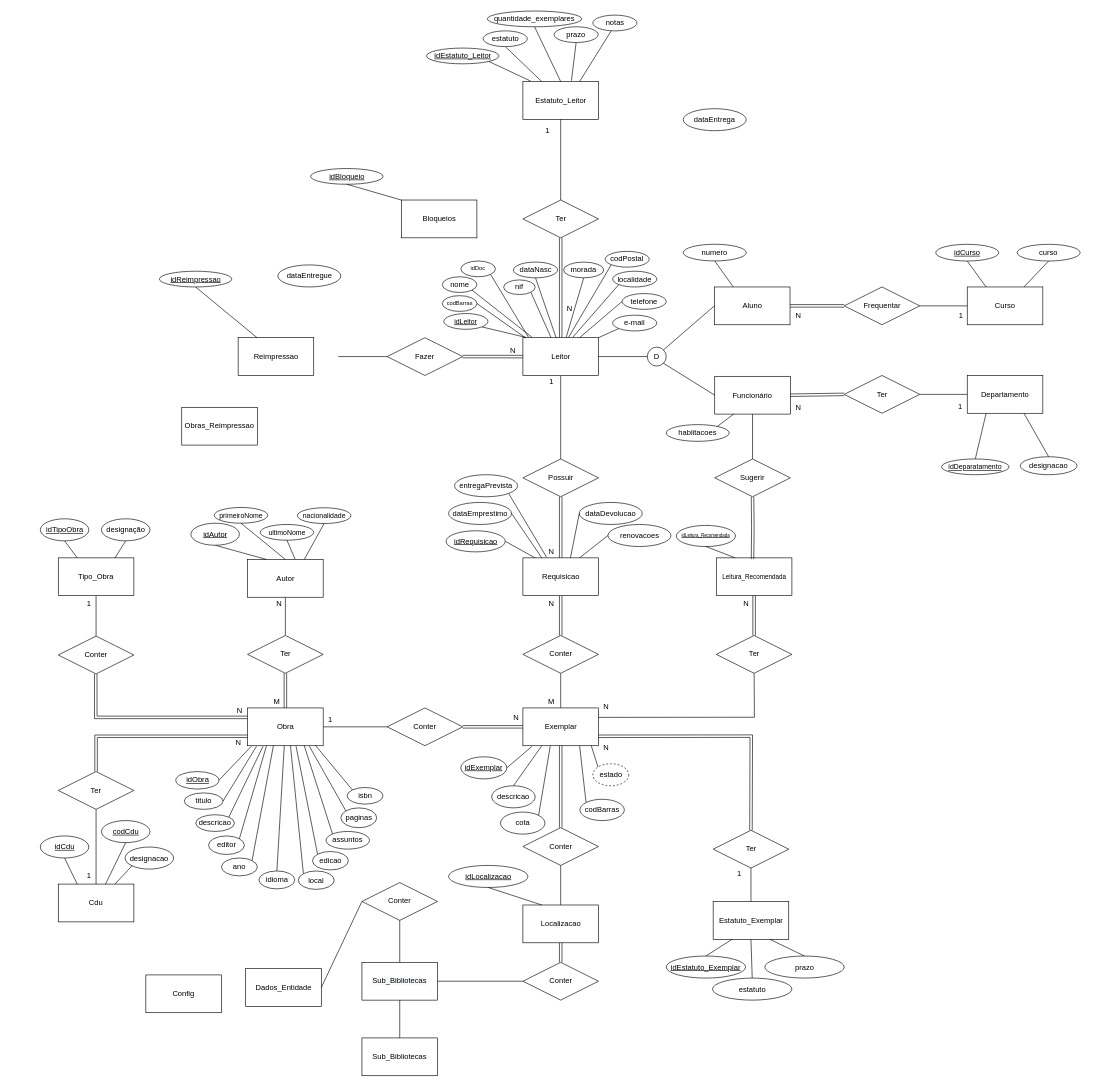
2180622/IPL_PSI_ProjetoFinal_SARAMAGO keeps this draw.io diagram as Documentação/DER_Saramago.drawio. Above is the earlier version. Source tidied: cells renumbered, new cells numbered last; positions are measured from the earlier drawing's top-left corner, leaving out a move shared by most shapes. Both pictures are drawn from the tidied source at 63%, with x=0, y=0 at pixel (40, 11).
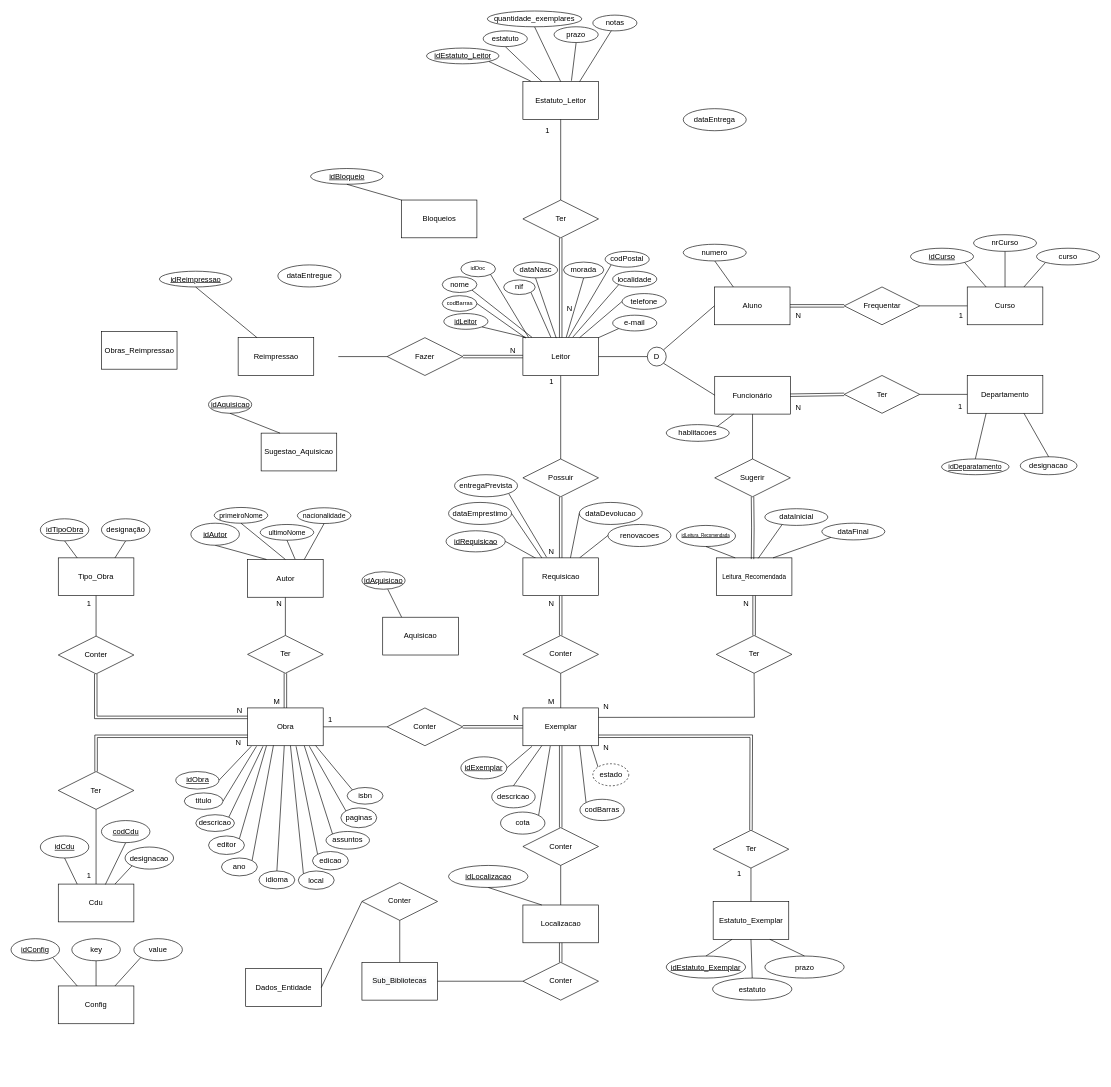
Above is the later version.

Unchanged cells that the change refers to:
```xml
<mxCell id="154" value="Leitura_Recomendada" style="rounded=0;whiteSpace=wrap;html=1;fontSize=10;" parent="1" vertex="1">
  <mxGeometry x="1072.5" y="868" width="120" height="60" as="geometry" />
</mxCell>
<mxCell id="171" value="&lt;span style=&quot;color: rgb(0, 0, 0); font-family: helvetica; font-size: 12px; font-style: normal; font-weight: normal; letter-spacing: normal; text-align: center; text-indent: 0px; text-transform: none; word-spacing: 0px; background-color: rgb(248, 249, 250); text-decoration: none; display: inline; float: none;&quot;&gt;Sub_Bibliotecas&lt;/span&gt;" style="rounded=0;whiteSpace=wrap;html=1;" parent="1" vertex="1">
  <mxGeometry x="510" y="1510" width="120" height="60" as="geometry" />
</mxCell>
<mxCell id="203" value="Curso" style="rounded=0;whiteSpace=wrap;html=1;" parent="1" vertex="1">
  <mxGeometry x="1470.8" y="438" width="120" height="60" as="geometry" />
</mxCell>
```

What changed in the source:
```diff
@@
     <mxCell id="166" value="Obras_Reimpressao" style="rounded=0;whiteSpace=wrap;html=1;" parent="1" vertex="1">
-      <mxGeometry x="224" y="629" width="120" height="60" as="geometry" />
+      <mxGeometry x="96.5" y="508.5" width="120" height="60" as="geometry" />
     </mxCell>
@@
-    <mxCell id="168" value="Sub_Bibliotecas" style="rounded=0;whiteSpace=wrap;html=1;" parent="1" vertex="1">
-      <mxGeometry x="510" y="1630" width="120" height="60" as="geometry" />
-    </mxCell>
     <mxCell id="169" value="Config" style="rounded=0;whiteSpace=wrap;html=1;" parent="1" vertex="1">
-      <mxGeometry x="167" y="1530" width="120" height="60" as="geometry" />
+      <mxGeometry x="28" y="1547.5" width="120" height="60" as="geometry" />
     </mxCell>
@@
-    <mxCell id="174" style="rounded=0;jettySize=auto;html=1;endArrow=none;endFill=0;entryX=0.5;entryY=0;entryDx=0;entryDy=0;exitX=0.5;exitY=1;exitDx=0;exitDy=0;" parent="1" edge="1" source="171" target="168">
-      <mxGeometry relative="1" as="geometry" />
-    </mxCell>
@@
     <mxCell id="205" value="idCurso" style="ellipse;whiteSpace=wrap;html=1;fontStyle=4;" parent="1" vertex="1">
-      <mxGeometry x="1420.8" y="370.3" width="100" height="26.5" as="geometry" />
+      <mxGeometry x="1380.8" y="376.5" width="100" height="26.5" as="geometry" />
     </mxCell>
@@
-    <mxCell id="208" style="rounded=0;jettySize=auto;html=1;endArrow=none;endFill=0;exitX=0.25;exitY=0;exitDx=0;exitDy=0;entryX=0.5;entryY=1;entryDx=0;entryDy=0;" parent="1" edge="1" source="203" target="205">
+    <mxCell id="208" style="rounded=0;jettySize=auto;html=1;endArrow=none;endFill=0;exitX=0.25;exitY=0;exitDx=0;exitDy=0;entryX=1;entryY=1;entryDx=0;entryDy=0;" parent="1" edge="1" source="203" target="205">
       <mxGeometry relative="1" as="geometry" />
     </mxCell>
-    <mxCell id="209" style="rounded=0;jettySize=auto;html=1;endArrow=none;endFill=0;exitX=0.75;exitY=0;exitDx=0;exitDy=0;entryX=0.5;entryY=1;entryDx=0;entryDy=0;" parent="1" edge="1" source="203" target="210">
+    <mxCell id="209" style="rounded=0;jettySize=auto;html=1;endArrow=none;endFill=0;exitX=0.75;exitY=0;exitDx=0;exitDy=0;entryX=0;entryY=1;entryDx=0;entryDy=0;" parent="1" edge="1" source="203" target="210">
       <mxGeometry relative="1" as="geometry" />
     </mxCell>
     <mxCell id="210" value="curso" style="ellipse;whiteSpace=wrap;html=1;" parent="1" vertex="1">
-      <mxGeometry x="1550" y="370.3" width="100" height="26.5" as="geometry" />
+      <mxGeometry x="1580.8" y="376.5" width="100" height="26.5" as="geometry" />
     </mxCell>
@@
+    <mxCell id="221" style="rounded=0;jettySize=auto;html=1;exitX=1;exitY=1;exitDx=0;exitDy=0;entryX=0.25;entryY=0;entryDx=0;entryDy=0;endArrow=none;endFill=0;fontSize=9;" parent="1" edge="1" source="222" target="169">
+      <mxGeometry relative="1" as="geometry" />
+    </mxCell>
+    <mxCell id="222" value="idConfig" style="ellipse;whiteSpace=wrap;html=1;fontStyle=4;" parent="1" vertex="1">
+      <mxGeometry x="-47" y="1472.5" width="77" height="35" as="geometry" />
+    </mxCell>
+    <mxCell id="223" style="edgeStyle=none;rounded=0;jettySize=auto;html=1;entryX=0.5;entryY=0;entryDx=0;entryDy=0;endArrow=none;endFill=0;fontSize=9;" parent="1" edge="1" source="224" target="169">
+      <mxGeometry relative="1" as="geometry" />
+    </mxCell>
+    <mxCell id="224" value="key" style="ellipse;whiteSpace=wrap;html=1;fontStyle=0;" parent="1" vertex="1">
+      <mxGeometry x="49.5" y="1472.5" width="77" height="35" as="geometry" />
+    </mxCell>
+    <mxCell id="225" style="edgeStyle=none;rounded=0;jettySize=auto;html=1;entryX=0.75;entryY=0;entryDx=0;entryDy=0;endArrow=none;endFill=0;fontSize=9;exitX=0;exitY=1;exitDx=0;exitDy=0;" parent="1" edge="1" source="226" target="169">
+      <mxGeometry relative="1" as="geometry" />
+    </mxCell>
+    <mxCell id="226" value="value" style="ellipse;whiteSpace=wrap;html=1;fontStyle=0;" parent="1" vertex="1">
+      <mxGeometry x="148" y="1472.5" width="77" height="35" as="geometry" />
+    </mxCell>
+    <mxCell id="227" value="Aquisicao" style="rounded=0;whiteSpace=wrap;html=1;" parent="1" vertex="1">
+      <mxGeometry x="543" y="962.2" width="120" height="60" as="geometry" />
+    </mxCell>
+    <mxCell id="228" style="edgeStyle=none;rounded=0;jettySize=auto;html=1;entryX=0.25;entryY=0;entryDx=0;entryDy=0;endArrow=none;endFill=0;fontSize=9;" parent="1" edge="1" source="229" target="227">
+      <mxGeometry relative="1" as="geometry" />
+    </mxCell>
+    <mxCell id="229" value="idAquisicao" style="ellipse;whiteSpace=wrap;html=1;fontStyle=4;" parent="1" vertex="1">
+      <mxGeometry x="510" y="890" width="68.5" height="27.8" as="geometry" />
+    </mxCell>
+    <mxCell id="230" style="edgeStyle=none;rounded=0;jettySize=auto;html=1;entryX=0.5;entryY=0;entryDx=0;entryDy=0;endArrow=none;endFill=0;fontSize=9;" parent="1" edge="1" source="231" target="203">
+      <mxGeometry relative="1" as="geometry" />
+    </mxCell>
+    <mxCell id="231" value="nrCurso" style="ellipse;whiteSpace=wrap;html=1;" parent="1" vertex="1">
+      <mxGeometry x="1480.8" y="355" width="100" height="26.5" as="geometry" />
+    </mxCell>
+    <mxCell id="232" value="dataInicial" style="ellipse;whiteSpace=wrap;html=1;" parent="1" vertex="1">
+      <mxGeometry x="1149.5" y="790" width="100" height="26.5" as="geometry" />
+    </mxCell>
+    <mxCell id="233" value="dataFinal" style="ellipse;whiteSpace=wrap;html=1;" parent="1" vertex="1">
+      <mxGeometry x="1240" y="813" width="100" height="26.5" as="geometry" />
+    </mxCell>
+    <mxCell id="234" style="rounded=0;jettySize=auto;html=1;endArrow=none;endFill=0;entryX=0.273;entryY=0.956;entryDx=0;entryDy=0;exitX=0.554;exitY=0.014;exitDx=0;exitDy=0;entryPerimeter=0;exitPerimeter=0;" parent="1" edge="1" source="154" target="232">
+      <mxGeometry relative="1" as="geometry" />
+    </mxCell>
+    <mxCell id="235" style="rounded=0;jettySize=auto;html=1;endArrow=none;endFill=0;entryX=0;entryY=1;entryDx=0;entryDy=0;exitX=0.75;exitY=0;exitDx=0;exitDy=0;" parent="1" edge="1" source="154" target="233">
+      <mxGeometry relative="1" as="geometry" />
+    </mxCell>
+    <mxCell id="236" value="Sugestao_Aquisicao" style="rounded=0;whiteSpace=wrap;html=1;" parent="1" vertex="1">
+      <mxGeometry x="350" y="670" width="120" height="60" as="geometry" />
+    </mxCell>
+    <mxCell id="237" value="idAquisicao" style="ellipse;whiteSpace=wrap;html=1;fontStyle=4;" parent="1" vertex="1">
+      <mxGeometry x="266.5" y="610.8" width="68.5" height="27.8" as="geometry" />
+    </mxCell>
+    <mxCell id="238" style="edgeStyle=none;rounded=0;jettySize=auto;html=1;entryX=0.25;entryY=0;entryDx=0;entryDy=0;endArrow=none;endFill=0;fontSize=9;exitX=0.5;exitY=1;exitDx=0;exitDy=0;" parent="1" edge="1" source="237" target="236">
+      <mxGeometry relative="1" as="geometry" />
+    </mxCell>
```
